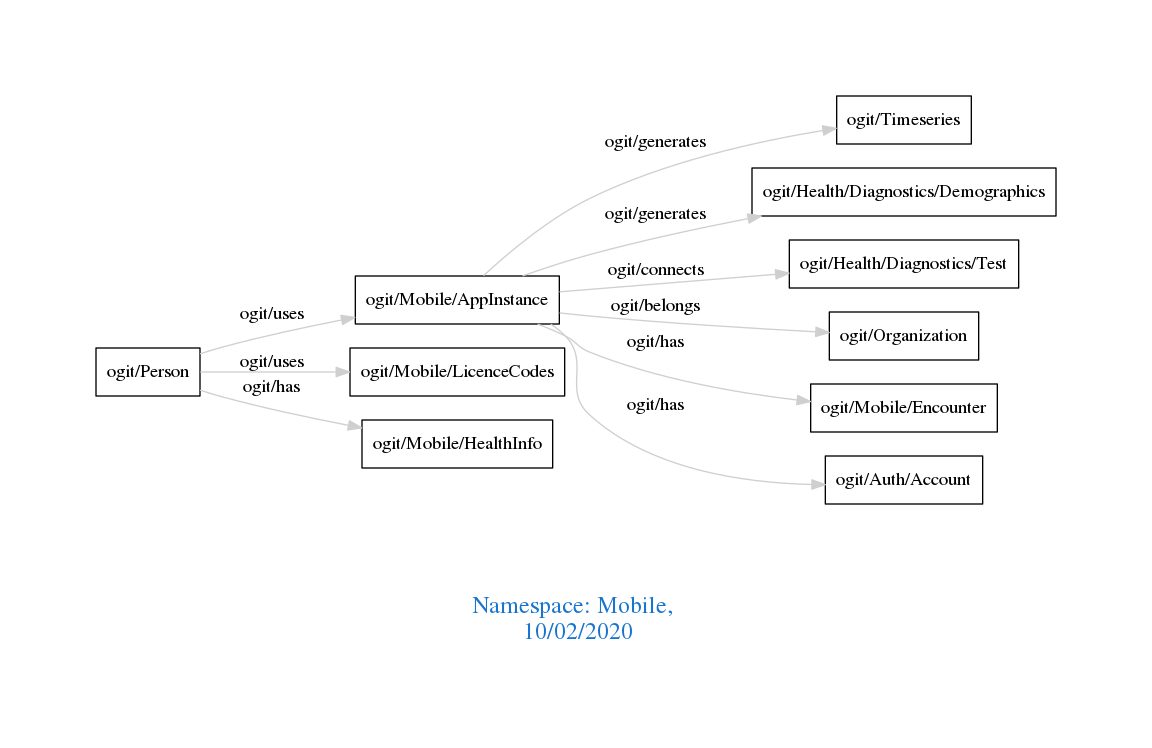
This is downloads/Mobile.png from arago/OGIT, a Graphviz export, as it was before one commit. Its source is kept beside it as downloads/Mobile.dot.
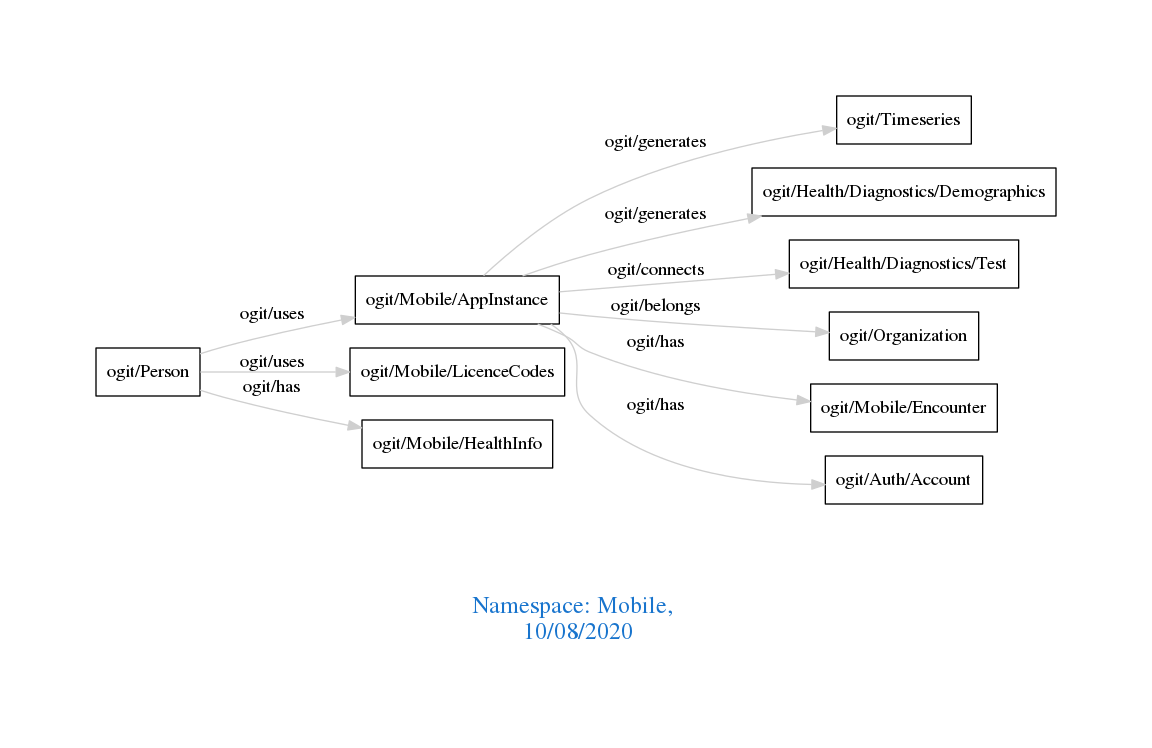
Later version of the same file.

Change to the diagram source:
```diff
@@ -1,7 +1,7 @@
 digraph OGIT_ontology {
  graph [ rankdir= LR,pad=1
 fontsize = 18,
-fontcolor= dodgerblue3,label = "\n\n\nNamespace: Mobile, \n 10/02/2020"];
+fontcolor= dodgerblue3,label = "\n\n\nNamespace: Mobile, \n 10/08/2020"];
 node[shape=polygon];
 edge [  color="gray81"];
 
```
